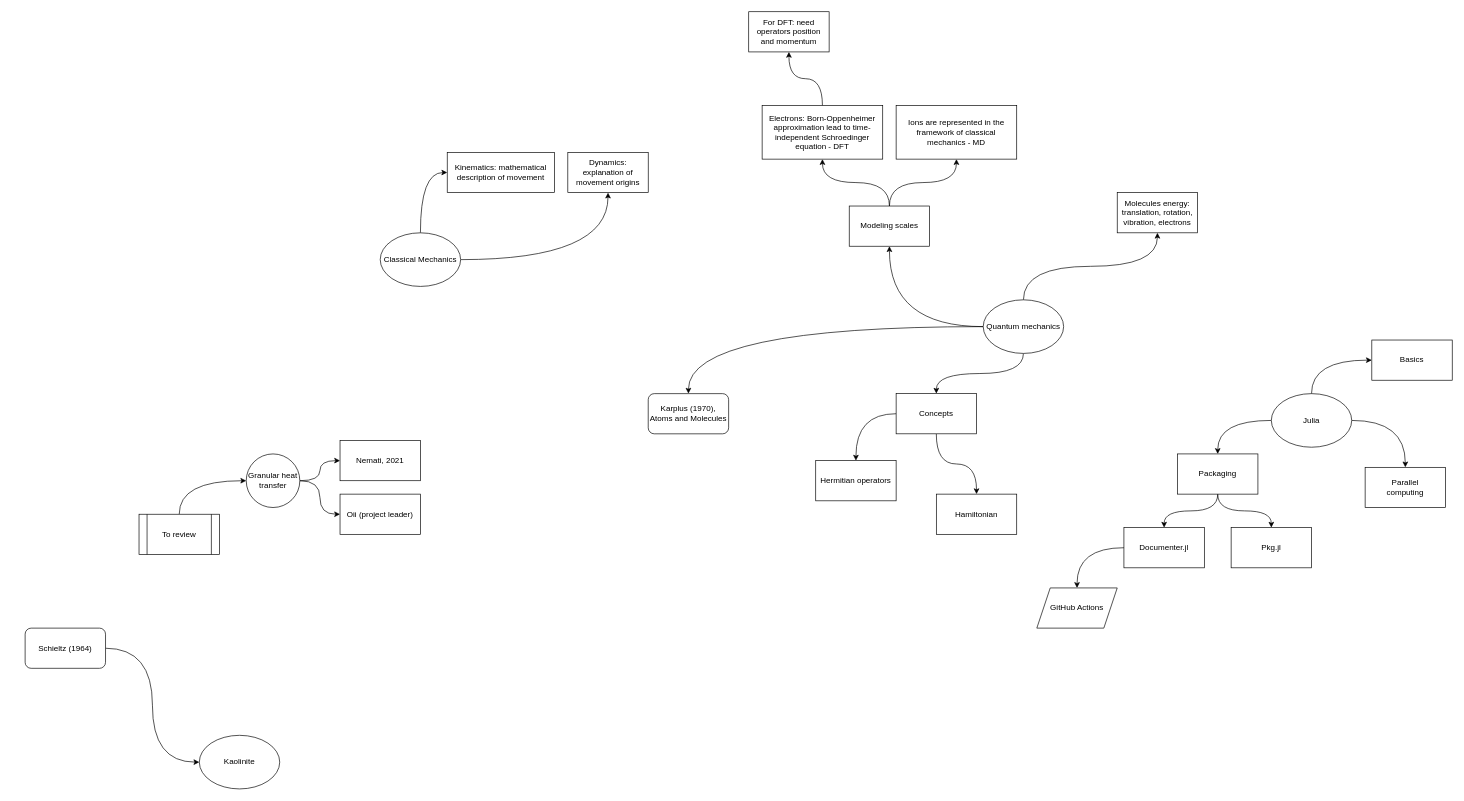
Earlier version of the draw.io diagram learning.drawio (wallytutor/mind-maps). Source tidied: cells renumbered, new cells numbered last; positions are measured from the earlier drawing's top-left corner, leaving out a move shared by most shapes. Both pictures are drawn from the tidied source at 67%, with x=0, y=0 at pixel (25, 11).
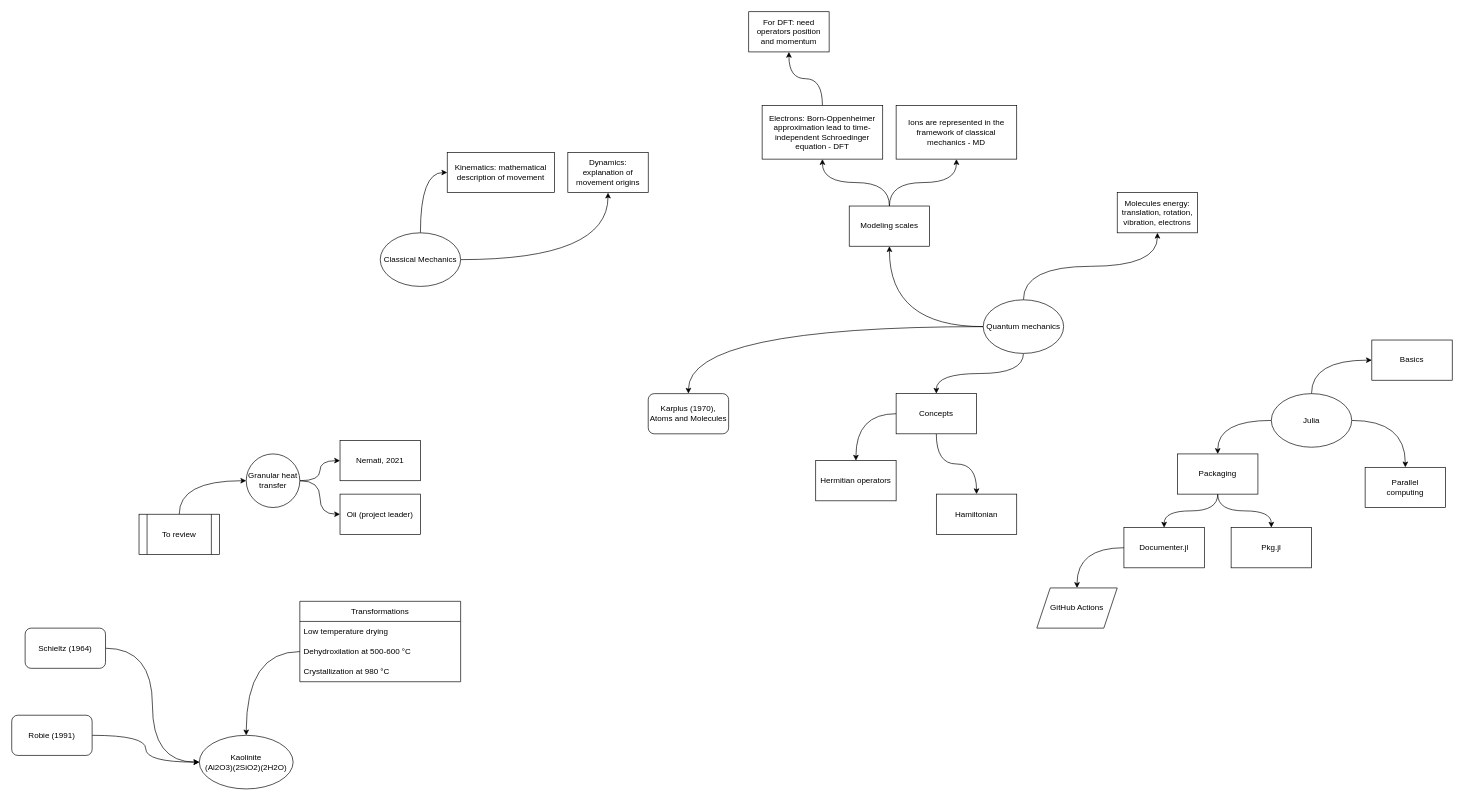
After the change.

What changed in the source:
```diff
@@
-    <mxCell id="46" value="Kaolinite" style="ellipse;whiteSpace=wrap;html=1;" parent="1" vertex="1">
-      <mxGeometry x="260" y="1080" width="120" height="80" as="geometry" />
+    <mxCell id="46" value="Kaolinite&lt;br&gt;(Al2O3)(2SiO2)(2H2O)" style="ellipse;whiteSpace=wrap;html=1;" parent="1" vertex="1">
+      <mxGeometry x="260" y="1080" width="140" height="80" as="geometry" />
     </mxCell>
@@
+    <mxCell id="49" value="Transformations" style="swimlane;fontStyle=0;horizontal=1;startSize=30;whiteSpace=wrap;html=1;" parent="1" vertex="1">
+      <mxGeometry x="410" y="880" width="240" height="120" as="geometry" />
+    </mxCell>
+    <mxCell id="50" value="Low temperature drying" style="text;strokeColor=none;fillColor=none;align=left;verticalAlign=middle;spacingLeft=4;spacingRight=4;overflow=hidden;whiteSpace=wrap;html=1;" parent="49" vertex="1">
+      <mxGeometry y="30" width="240" height="30" as="geometry" />
+    </mxCell>
+    <mxCell id="51" value="Dehydroxilation at 500-600 °C" style="text;strokeColor=none;fillColor=none;align=left;verticalAlign=middle;spacingLeft=4;spacingRight=4;overflow=hidden;points=[[0,0.5],[1,0.5]];portConstraint=eastwest;whiteSpace=wrap;html=1;" parent="49" vertex="1">
+      <mxGeometry y="60" width="240" height="30" as="geometry" />
+    </mxCell>
+    <mxCell id="52" value="Crystallization at 980 °C" style="text;strokeColor=none;fillColor=none;align=left;verticalAlign=middle;spacingLeft=4;spacingRight=4;overflow=hidden;whiteSpace=wrap;html=1;" parent="49" vertex="1">
+      <mxGeometry y="90" width="240" height="30" as="geometry" />
+    </mxCell>
+    <mxCell id="53" style="edgeStyle=orthogonalEdgeStyle;curved=1;rounded=0;jettySize=auto;html=1;entryX=0.5;entryY=0;entryDx=0;entryDy=0;" parent="1" edge="1" source="51" target="46">
+      <mxGeometry relative="1" as="geometry" />
+    </mxCell>
+    <mxCell id="54" style="edgeStyle=orthogonalEdgeStyle;curved=1;rounded=0;jettySize=auto;html=1;entryX=0;entryY=0.5;entryDx=0;entryDy=0;" parent="1" edge="1" source="55" target="46">
+      <mxGeometry relative="1" as="geometry" />
+    </mxCell>
+    <mxCell id="55" value="Robie (1991)" style="rounded=1;whiteSpace=wrap;html=1;" parent="1" vertex="1">
+      <mxGeometry x="-20" y="1050" width="120" height="60" as="geometry" />
+    </mxCell>
```
